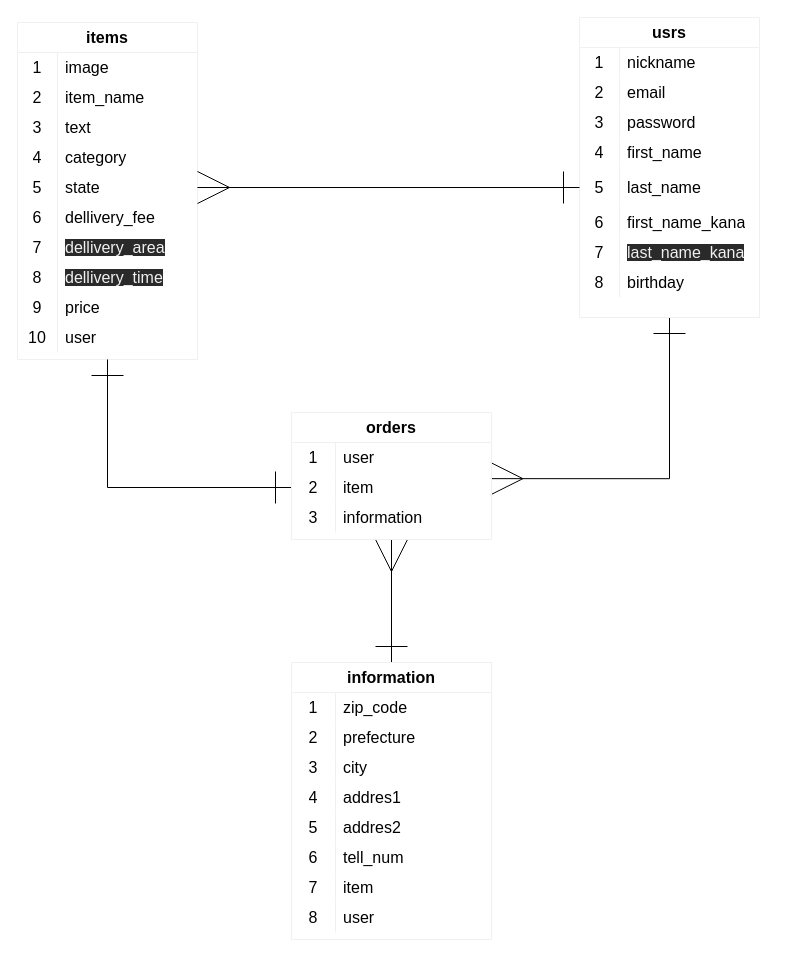
takeyuki-i/furima-31957 keeps this draw.io diagram as .dio. Above is the earlier version. Source tidied: cells renumbered, new cells numbered last; positions are measured from the earlier drawing's top-left corner, leaving out a move shared by most shapes. Both pictures are drawn from the tidied source at 100%, with x=0, y=0 at pixel (17, 17).
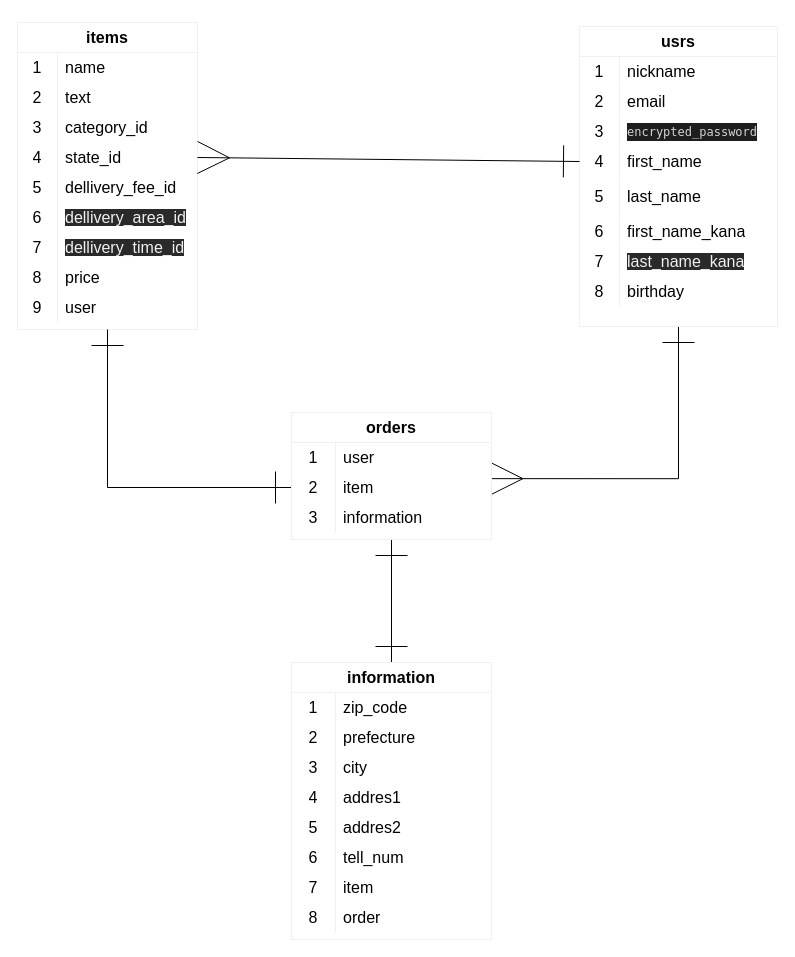
Above is the later version.

Commit message (it also covers changes not shown here):
README・ER図　修正③

Unchanged cells that the change refers to:
```xml
<mxCell id="4" value="information" style="shape=table;html=1;whiteSpace=wrap;startSize=30;childLayout=tableLayout;rowLines=0;fontStyle=1;align=center;strokeColor=#F0F0F0;fontSize=16;" parent="1" vertex="1">
  <mxGeometry x="274" y="645" width="200" height="277" as="geometry" />
</mxCell>
<mxCell id="26" style="shape=partialRectangle;html=1;whiteSpace=wrap;fillColor=none;top=0;left=0;bottom=0;right=0;" parent="4" vertex="1">
  <mxGeometry y="240" width="200" height="30" as="geometry" />
</mxCell>
<mxCell id="87" value="orders" style="shape=table;html=1;whiteSpace=wrap;startSize=30;childLayout=tableLayout;rowLines=0;fontStyle=1;align=center;strokeColor=#F0F0F0;fontSize=16;" parent="1" vertex="1">
  <mxGeometry x="274" y="395" width="200" height="127" as="geometry" />
</mxCell>
```

The edit, as a diff of the source:
```diff
@@
-    <mxCell id="3" style="edgeStyle=orthogonalEdgeStyle;rounded=0;jettySize=auto;html=1;exitX=0.5;exitY=0;exitDx=0;exitDy=0;entryX=0.5;entryY=1;entryDx=0;entryDy=0;startArrow=ERone;startFill=0;endArrow=ERmany;endFill=0;endSize=30;startSize=30;" parent="1" edge="1" source="4" target="87">
+    <mxCell id="3" style="edgeStyle=orthogonalEdgeStyle;rounded=0;jettySize=auto;html=1;exitX=0.5;exitY=0;exitDx=0;exitDy=0;entryX=0.5;entryY=1;entryDx=0;entryDy=0;startArrow=ERone;startFill=0;endArrow=ERone;endFill=0;endSize=30;startSize=30;" parent="1" edge="1" source="4" target="87">
       <mxGeometry relative="1" as="geometry" />
     </mxCell>
@@
-    <mxCell id="28" value="user" style="shape=partialRectangle;html=1;whiteSpace=wrap;fillColor=none;top=0;left=0;bottom=0;right=0;align=left;spacingLeft=6;overflow=hidden;fontSize=16;" parent="26" vertex="1">
+    <mxCell id="28" value="order" style="shape=partialRectangle;html=1;whiteSpace=wrap;fillColor=none;top=0;left=0;bottom=0;right=0;align=left;spacingLeft=6;overflow=hidden;fontSize=16;" parent="26" vertex="1">
       <mxGeometry x="44" width="156" height="30" as="geometry" />
     </mxCell>
     <mxCell id="29" value="items" style="shape=table;html=1;whiteSpace=wrap;startSize=30;childLayout=tableLayout;rowLines=0;fontStyle=1;align=center;strokeColor=#F0F0F0;fontSize=16;" parent="1" vertex="1">
-      <mxGeometry y="5" width="180" height="337" as="geometry" />
+      <mxGeometry y="5" width="180" height="307" as="geometry" />
     </mxCell>
-    <mxCell id="30" style="shape=partialRectangle;html=1;whiteSpace=wrap;fillColor=none;top=0;left=0;bottom=0;right=0;strokeColor=none;" parent="29" vertex="1">
-      <mxGeometry y="30" width="180" height="30" as="geometry" />
-    </mxCell>
-    <mxCell id="31" value="1" style="shape=partialRectangle;html=1;whiteSpace=wrap;fillColor=none;top=0;left=0;bottom=0;right=0;overflow=hidden;fontSize=16;" parent="30" vertex="1">
-      <mxGeometry width="40" height="30" as="geometry" />
-    </mxCell>
-    <mxCell id="32" value="image" style="shape=partialRectangle;html=1;whiteSpace=wrap;fillColor=none;top=0;left=0;bottom=0;right=0;align=left;spacingLeft=6;overflow=hidden;fontSize=16;" parent="30" vertex="1">
-      <mxGeometry x="40" width="140" height="30" as="geometry" />
-    </mxCell>
     <mxCell id="33" style="shape=partialRectangle;html=1;whiteSpace=wrap;fillColor=none;top=0;left=0;bottom=0;right=0;strokeColor=none;" parent="29" vertex="1">
-      <mxGeometry y="60" width="180" height="30" as="geometry" />
+      <mxGeometry y="30" width="180" height="30" as="geometry" />
     </mxCell>
-    <mxCell id="34" value="2" style="shape=partialRectangle;html=1;whiteSpace=wrap;fillColor=none;top=0;left=0;bottom=0;right=0;overflow=hidden;fontSize=16;" parent="33" vertex="1">
+    <mxCell id="34" value="1" style="shape=partialRectangle;html=1;whiteSpace=wrap;fillColor=none;top=0;left=0;bottom=0;right=0;overflow=hidden;fontSize=16;" parent="33" vertex="1">
       <mxGeometry width="40" height="30" as="geometry" />
     </mxCell>
-    <mxCell id="35" value="item_name" style="shape=partialRectangle;html=1;whiteSpace=wrap;fillColor=none;top=0;left=0;bottom=0;right=0;align=left;spacingLeft=6;overflow=hidden;fontSize=16;" parent="33" vertex="1">
+    <mxCell id="35" value="name" style="shape=partialRectangle;html=1;whiteSpace=wrap;fillColor=none;top=0;left=0;bottom=0;right=0;align=left;spacingLeft=6;overflow=hidden;fontSize=16;" parent="33" vertex="1">
       <mxGeometry x="40" width="140" height="30" as="geometry" />
     </mxCell>
     <mxCell id="36" style="shape=partialRectangle;html=1;whiteSpace=wrap;fillColor=none;top=0;left=0;bottom=0;right=0;" parent="29" vertex="1">
-      <mxGeometry y="90" width="180" height="30" as="geometry" />
+      <mxGeometry y="60" width="180" height="30" as="geometry" />
     </mxCell>
-    <mxCell id="37" value="3" style="shape=partialRectangle;html=1;whiteSpace=wrap;fillColor=none;top=0;left=0;bottom=0;right=0;overflow=hidden;fontSize=16;" parent="36" vertex="1">
+    <mxCell id="37" value="2" style="shape=partialRectangle;html=1;whiteSpace=wrap;fillColor=none;top=0;left=0;bottom=0;right=0;overflow=hidden;fontSize=16;" parent="36" vertex="1">
       <mxGeometry width="40" height="30" as="geometry" />
     </mxCell>
@@
     <mxCell id="39" style="shape=partialRectangle;html=1;whiteSpace=wrap;fillColor=none;top=0;left=0;bottom=0;right=0;" parent="29" vertex="1">
-      <mxGeometry y="120" width="180" height="30" as="geometry" />
+      <mxGeometry y="90" width="180" height="30" as="geometry" />
     </mxCell>
-    <mxCell id="40" value="4" style="shape=partialRectangle;html=1;whiteSpace=wrap;fillColor=none;top=0;left=0;bottom=0;right=0;overflow=hidden;fontSize=16;" parent="39" vertex="1">
+    <mxCell id="40" value="3" style="shape=partialRectangle;html=1;whiteSpace=wrap;fillColor=none;top=0;left=0;bottom=0;right=0;overflow=hidden;fontSize=16;" parent="39" vertex="1">
       <mxGeometry width="40" height="30" as="geometry" />
     </mxCell>
-    <mxCell id="41" value="category" style="shape=partialRectangle;html=1;whiteSpace=wrap;fillColor=none;top=0;left=0;bottom=0;right=0;align=left;spacingLeft=6;overflow=hidden;fontSize=16;" parent="39" vertex="1">
+    <mxCell id="41" value="category_id" style="shape=partialRectangle;html=1;whiteSpace=wrap;fillColor=none;top=0;left=0;bottom=0;right=0;align=left;spacingLeft=6;overflow=hidden;fontSize=16;" parent="39" vertex="1">
       <mxGeometry x="40" width="140" height="30" as="geometry" />
     </mxCell>
     <mxCell id="42" style="shape=partialRectangle;html=1;whiteSpace=wrap;fillColor=none;top=0;left=0;bottom=0;right=0;points=[[0,0.5],[1,0.5]];portConstraint=eastwest;" parent="29" vertex="1">
-      <mxGeometry y="150" width="180" height="30" as="geometry" />
+      <mxGeometry y="120" width="180" height="30" as="geometry" />
     </mxCell>
-    <mxCell id="43" value="5" style="shape=partialRectangle;html=1;whiteSpace=wrap;fillColor=none;top=0;left=0;bottom=0;right=0;overflow=hidden;fontSize=16;" parent="42" vertex="1">
+    <mxCell id="43" value="4" style="shape=partialRectangle;html=1;whiteSpace=wrap;fillColor=none;top=0;left=0;bottom=0;right=0;overflow=hidden;fontSize=16;" parent="42" vertex="1">
       <mxGeometry width="40" height="30" as="geometry" />
     </mxCell>
-    <mxCell id="44" value="state" style="shape=partialRectangle;html=1;whiteSpace=wrap;fillColor=none;top=0;left=0;bottom=0;right=0;align=left;spacingLeft=6;overflow=hidden;fontSize=16;" parent="42" vertex="1">
+    <mxCell id="44" value="state_id" style="shape=partialRectangle;html=1;whiteSpace=wrap;fillColor=none;top=0;left=0;bottom=0;right=0;align=left;spacingLeft=6;overflow=hidden;fontSize=16;" parent="42" vertex="1">
       <mxGeometry x="40" width="140" height="30" as="geometry" />
     </mxCell>
     <mxCell id="45" style="shape=partialRectangle;html=1;whiteSpace=wrap;fillColor=none;top=0;left=0;bottom=0;right=0;" parent="29" vertex="1">
-      <mxGeometry y="180" width="180" height="30" as="geometry" />
+      <mxGeometry y="150" width="180" height="30" as="geometry" />
     </mxCell>
-    <mxCell id="46" value="6" style="shape=partialRectangle;html=1;whiteSpace=wrap;fillColor=none;top=0;left=0;bottom=0;right=0;overflow=hidden;fontSize=16;" parent="45" vertex="1">
+    <mxCell id="46" value="5" style="shape=partialRectangle;html=1;whiteSpace=wrap;fillColor=none;top=0;left=0;bottom=0;right=0;overflow=hidden;fontSize=16;" parent="45" vertex="1">
       <mxGeometry width="40" height="30" as="geometry" />
     </mxCell>
-    <mxCell id="47" value="dellivery_fee" style="shape=partialRectangle;html=1;whiteSpace=wrap;fillColor=none;top=0;left=0;bottom=0;right=0;align=left;spacingLeft=6;overflow=hidden;fontSize=16;" parent="45" vertex="1">
+    <mxCell id="47" value="dellivery_fee_id" style="shape=partialRectangle;html=1;whiteSpace=wrap;fillColor=none;top=0;left=0;bottom=0;right=0;align=left;spacingLeft=6;overflow=hidden;fontSize=16;" parent="45" vertex="1">
       <mxGeometry x="40" width="140" height="30" as="geometry" />
     </mxCell>
     <mxCell id="48" style="shape=partialRectangle;html=1;whiteSpace=wrap;fillColor=none;top=0;left=0;bottom=0;right=0;" parent="29" vertex="1">
-      <mxGeometry y="210" width="180" height="30" as="geometry" />
+      <mxGeometry y="180" width="180" height="30" as="geometry" />
     </mxCell>
-    <mxCell id="49" value="7" style="shape=partialRectangle;html=1;whiteSpace=wrap;fillColor=none;top=0;left=0;bottom=0;right=0;overflow=hidden;fontSize=16;" parent="48" vertex="1">
+    <mxCell id="49" value="6" style="shape=partialRectangle;html=1;whiteSpace=wrap;fillColor=none;top=0;left=0;bottom=0;right=0;overflow=hidden;fontSize=16;" parent="48" vertex="1">
       <mxGeometry width="40" height="30" as="geometry" />
     </mxCell>
-    <mxCell id="50" value="&lt;span style=&quot;color: rgb(240, 240, 240); font-family: helvetica; font-size: 16px; font-style: normal; font-weight: 400; letter-spacing: normal; text-align: left; text-indent: 0px; text-transform: none; word-spacing: 0px; background-color: rgb(42, 42, 42); display: inline; float: none;&quot;&gt;dellivery_area&lt;/span&gt;" style="shape=partialRectangle;html=1;whiteSpace=wrap;fillColor=none;top=0;left=0;bottom=0;right=0;align=left;spacingLeft=6;overflow=hidden;fontSize=16;" parent="48" vertex="1">
+    <mxCell id="50" value="&lt;span style=&quot;color: rgb(240 , 240 , 240) ; font-family: &amp;#34;helvetica&amp;#34; ; font-size: 16px ; font-style: normal ; font-weight: 400 ; letter-spacing: normal ; text-align: left ; text-indent: 0px ; text-transform: none ; word-spacing: 0px ; background-color: rgb(42 , 42 , 42) ; display: inline ; float: none&quot;&gt;dellivery_area_id&lt;/span&gt;" style="shape=partialRectangle;html=1;whiteSpace=wrap;fillColor=none;top=0;left=0;bottom=0;right=0;align=left;spacingLeft=6;overflow=hidden;fontSize=16;" parent="48" vertex="1">
       <mxGeometry x="40" width="140" height="30" as="geometry" />
     </mxCell>
     <mxCell id="51" style="shape=partialRectangle;html=1;whiteSpace=wrap;fillColor=none;top=0;left=0;bottom=0;right=0;" parent="29" vertex="1">
-      <mxGeometry y="240" width="180" height="30" as="geometry" />
+      <mxGeometry y="210" width="180" height="30" as="geometry" />
     </mxCell>
-    <mxCell id="52" value="8" style="shape=partialRectangle;html=1;whiteSpace=wrap;fillColor=none;top=0;left=0;bottom=0;right=0;overflow=hidden;fontSize=16;" parent="51" vertex="1">
+    <mxCell id="52" value="7" style="shape=partialRectangle;html=1;whiteSpace=wrap;fillColor=none;top=0;left=0;bottom=0;right=0;overflow=hidden;fontSize=16;" parent="51" vertex="1">
       <mxGeometry width="40" height="30" as="geometry" />
     </mxCell>
-    <mxCell id="53" value="&lt;span style=&quot;color: rgb(240, 240, 240); font-family: helvetica; font-size: 16px; font-style: normal; font-weight: 400; letter-spacing: normal; text-align: left; text-indent: 0px; text-transform: none; word-spacing: 0px; background-color: rgb(42, 42, 42); display: inline; float: none;&quot;&gt;dellivery_time&lt;/span&gt;" style="shape=partialRectangle;html=1;whiteSpace=wrap;fillColor=none;top=0;left=0;bottom=0;right=0;align=left;spacingLeft=6;overflow=hidden;fontSize=16;" parent="51" vertex="1">
+    <mxCell id="53" value="&lt;span style=&quot;color: rgb(240 , 240 , 240) ; font-family: &amp;#34;helvetica&amp;#34; ; font-size: 16px ; font-style: normal ; font-weight: 400 ; letter-spacing: normal ; text-align: left ; text-indent: 0px ; text-transform: none ; word-spacing: 0px ; background-color: rgb(42 , 42 , 42) ; display: inline ; float: none&quot;&gt;dellivery_time_id&lt;/span&gt;" style="shape=partialRectangle;html=1;whiteSpace=wrap;fillColor=none;top=0;left=0;bottom=0;right=0;align=left;spacingLeft=6;overflow=hidden;fontSize=16;" parent="51" vertex="1">
       <mxGeometry x="40" width="140" height="30" as="geometry" />
     </mxCell>
     <mxCell id="54" style="shape=partialRectangle;html=1;whiteSpace=wrap;fillColor=none;top=0;left=0;bottom=0;right=0;" parent="29" vertex="1">
-      <mxGeometry y="270" width="180" height="30" as="geometry" />
+      <mxGeometry y="240" width="180" height="30" as="geometry" />
     </mxCell>
-    <mxCell id="55" value="9" style="shape=partialRectangle;html=1;whiteSpace=wrap;fillColor=none;top=0;left=0;bottom=0;right=0;overflow=hidden;fontSize=16;" parent="54" vertex="1">
+    <mxCell id="55" value="8" style="shape=partialRectangle;html=1;whiteSpace=wrap;fillColor=none;top=0;left=0;bottom=0;right=0;overflow=hidden;fontSize=16;" parent="54" vertex="1">
       <mxGeometry width="40" height="30" as="geometry" />
     </mxCell>
@@
     <mxCell id="57" style="shape=partialRectangle;html=1;whiteSpace=wrap;fillColor=none;top=0;left=0;bottom=0;right=0;" parent="29" vertex="1">
-      <mxGeometry y="300" width="180" height="30" as="geometry" />
+      <mxGeometry y="270" width="180" height="30" as="geometry" />
     </mxCell>
-    <mxCell id="58" value="10" style="shape=partialRectangle;html=1;whiteSpace=wrap;fillColor=none;top=0;left=0;bottom=0;right=0;overflow=hidden;fontSize=16;" parent="57" vertex="1">
+    <mxCell id="58" value="9" style="shape=partialRectangle;html=1;whiteSpace=wrap;fillColor=none;top=0;left=0;bottom=0;right=0;overflow=hidden;fontSize=16;" parent="57" vertex="1">
       <mxGeometry width="40" height="30" as="geometry" />
     </mxCell>
@@
     <mxCell id="60" value="usrs" style="shape=table;html=1;whiteSpace=wrap;startSize=30;childLayout=tableLayout;rowLines=0;fontStyle=1;align=center;strokeColor=#F0F0F0;fontSize=16;" parent="1" vertex="1">
-      <mxGeometry x="562" width="180" height="300" as="geometry" />
+      <mxGeometry x="562" y="9" width="198" height="300" as="geometry" />
     </mxCell>
     <mxCell id="61" style="shape=partialRectangle;html=1;whiteSpace=wrap;fillColor=none;top=0;left=0;bottom=0;right=0;strokeColor=none;" parent="60" vertex="1">
-      <mxGeometry y="30" width="180" height="30" as="geometry" />
+      <mxGeometry y="30" width="198" height="30" as="geometry" />
     </mxCell>
@@
     <mxCell id="63" value="nickname" style="shape=partialRectangle;html=1;whiteSpace=wrap;fillColor=none;top=0;left=0;bottom=0;right=0;align=left;spacingLeft=6;overflow=hidden;fontSize=16;" parent="61" vertex="1">
-      <mxGeometry x="40" width="140" height="30" as="geometry" />
+      <mxGeometry x="40" width="158" height="30" as="geometry" />
     </mxCell>
     <mxCell id="64" style="shape=partialRectangle;html=1;whiteSpace=wrap;fillColor=none;top=0;left=0;bottom=0;right=0;strokeColor=none;" parent="60" vertex="1">
-      <mxGeometry y="60" width="180" height="30" as="geometry" />
+      <mxGeometry y="60" width="198" height="30" as="geometry" />
     </mxCell>
@@
     <mxCell id="66" value="email" style="shape=partialRectangle;html=1;whiteSpace=wrap;fillColor=none;top=0;left=0;bottom=0;right=0;align=left;spacingLeft=6;overflow=hidden;fontSize=16;" parent="64" vertex="1">
-      <mxGeometry x="40" width="140" height="30" as="geometry" />
+      <mxGeometry x="40" width="158" height="30" as="geometry" />
     </mxCell>
     <mxCell id="67" style="shape=partialRectangle;html=1;whiteSpace=wrap;fillColor=none;top=0;left=0;bottom=0;right=0;" parent="60" vertex="1">
-      <mxGeometry y="90" width="180" height="30" as="geometry" />
+      <mxGeometry y="90" width="198" height="30" as="geometry" />
     </mxCell>
@@
-    <mxCell id="69" value="password" style="shape=partialRectangle;html=1;whiteSpace=wrap;fillColor=none;top=0;left=0;bottom=0;right=0;align=left;spacingLeft=6;overflow=hidden;fontSize=16;" parent="67" vertex="1">
-      <mxGeometry x="40" width="140" height="30" as="geometry" />
+    <mxCell id="69" value="&lt;div style=&quot;color: rgb(212 , 212 , 212) ; background-color: rgb(30 , 30 , 30) ; font-family: &amp;#34;menlo&amp;#34; , &amp;#34;monaco&amp;#34; , &amp;#34;courier new&amp;#34; , monospace ; font-size: 12px ; line-height: 18px&quot;&gt;encrypted_password &lt;/div&gt;" style="shape=partialRectangle;html=1;whiteSpace=wrap;fillColor=none;top=0;left=0;bottom=0;right=0;align=left;spacingLeft=6;overflow=hidden;fontSize=16;" parent="67" vertex="1">
+      <mxGeometry x="40" width="158" height="30" as="geometry" />
     </mxCell>
     <mxCell id="70" style="shape=partialRectangle;html=1;whiteSpace=wrap;fillColor=none;top=0;left=0;bottom=0;right=0;points=[[0,0.5],[1,0.5]];portConstraint=eastwest;" parent="60" vertex="1">
-      <mxGeometry y="120" width="180" height="30" as="geometry" />
+      <mxGeometry y="120" width="198" height="30" as="geometry" />
     </mxCell>
@@
     <mxCell id="72" value="first_name" style="shape=partialRectangle;html=1;whiteSpace=wrap;fillColor=none;top=0;left=0;bottom=0;right=0;align=left;spacingLeft=6;overflow=hidden;fontSize=16;" parent="70" vertex="1">
-      <mxGeometry x="40" width="140" height="30" as="geometry" />
+      <mxGeometry x="40" width="158" height="30" as="geometry" />
     </mxCell>
     <mxCell id="73" style="shape=partialRectangle;html=1;whiteSpace=wrap;fillColor=none;top=0;left=0;bottom=0;right=0;points=[[0,0.5],[1,0.5]];portConstraint=eastwest;" parent="60" vertex="1">
-      <mxGeometry y="150" width="180" height="40" as="geometry" />
+      <mxGeometry y="150" width="198" height="40" as="geometry" />
     </mxCell>
@@
     <mxCell id="75" value="last_name" style="shape=partialRectangle;html=1;whiteSpace=wrap;fillColor=none;top=0;left=0;bottom=0;right=0;align=left;spacingLeft=6;overflow=hidden;fontSize=16;" parent="73" vertex="1">
-      <mxGeometry x="40" width="140" height="40" as="geometry" />
+      <mxGeometry x="40" width="158" height="40" as="geometry" />
     </mxCell>
     <mxCell id="76" style="shape=partialRectangle;html=1;whiteSpace=wrap;fillColor=none;top=0;left=0;bottom=0;right=0;" parent="60" vertex="1">
-      <mxGeometry y="190" width="180" height="30" as="geometry" />
+      <mxGeometry y="190" width="198" height="30" as="geometry" />
     </mxCell>
@@
     <mxCell id="78" value="first_name_kana" style="shape=partialRectangle;html=1;whiteSpace=wrap;fillColor=none;top=0;left=0;bottom=0;right=0;align=left;spacingLeft=6;overflow=hidden;fontSize=16;" parent="76" vertex="1">
-      <mxGeometry x="40" width="140" height="30" as="geometry" />
+      <mxGeometry x="40" width="158" height="30" as="geometry" />
     </mxCell>
     <mxCell id="79" style="shape=partialRectangle;html=1;whiteSpace=wrap;fillColor=none;top=0;left=0;bottom=0;right=0;" parent="60" vertex="1">
-      <mxGeometry y="220" width="180" height="30" as="geometry" />
+      <mxGeometry y="220" width="198" height="30" as="geometry" />
     </mxCell>
@@
     <mxCell id="81" value="&lt;span style=&quot;color: rgb(240, 240, 240); font-family: helvetica; font-size: 16px; font-style: normal; font-weight: 400; letter-spacing: normal; text-align: left; text-indent: 0px; text-transform: none; word-spacing: 0px; background-color: rgb(42, 42, 42); display: inline; float: none;&quot;&gt;last_name_kana&lt;/span&gt;" style="shape=partialRectangle;html=1;whiteSpace=wrap;fillColor=none;top=0;left=0;bottom=0;right=0;align=left;spacingLeft=6;overflow=hidden;fontSize=16;" parent="79" vertex="1">
-      <mxGeometry x="40" width="140" height="30" as="geometry" />
+      <mxGeometry x="40" width="158" height="30" as="geometry" />
     </mxCell>
     <mxCell id="82" style="shape=partialRectangle;html=1;whiteSpace=wrap;fillColor=none;top=0;left=0;bottom=0;right=0;" parent="60" vertex="1">
-      <mxGeometry y="250" width="180" height="30" as="geometry" />
+      <mxGeometry y="250" width="198" height="30" as="geometry" />
     </mxCell>
@@
     <mxCell id="84" value="birthday" style="shape=partialRectangle;html=1;whiteSpace=wrap;fillColor=none;top=0;left=0;bottom=0;right=0;align=left;spacingLeft=6;overflow=hidden;fontSize=16;" parent="82" vertex="1">
-      <mxGeometry x="40" width="140" height="30" as="geometry" />
+      <mxGeometry x="40" width="158" height="30" as="geometry" />
     </mxCell>
-    <mxCell id="85" style="rounded=0;jettySize=auto;html=1;entryX=0;entryY=0.5;entryDx=0;entryDy=0;startArrow=ERmany;startFill=0;endArrow=ERone;endFill=0;endSize=30;startSize=30;exitX=1;exitY=0.5;exitDx=0;exitDy=0;" parent="1" edge="1" source="42" target="73">
+    <mxCell id="85" style="rounded=0;jettySize=auto;html=1;entryX=0;entryY=0.5;entryDx=0;entryDy=0;startArrow=ERmany;startFill=0;endArrow=ERone;endFill=0;endSize=30;startSize=30;exitX=1;exitY=0.5;exitDx=0;exitDy=0;" parent="1" edge="1" source="42" target="70">
       <mxGeometry relative="1" as="geometry" />
     </mxCell>
```
